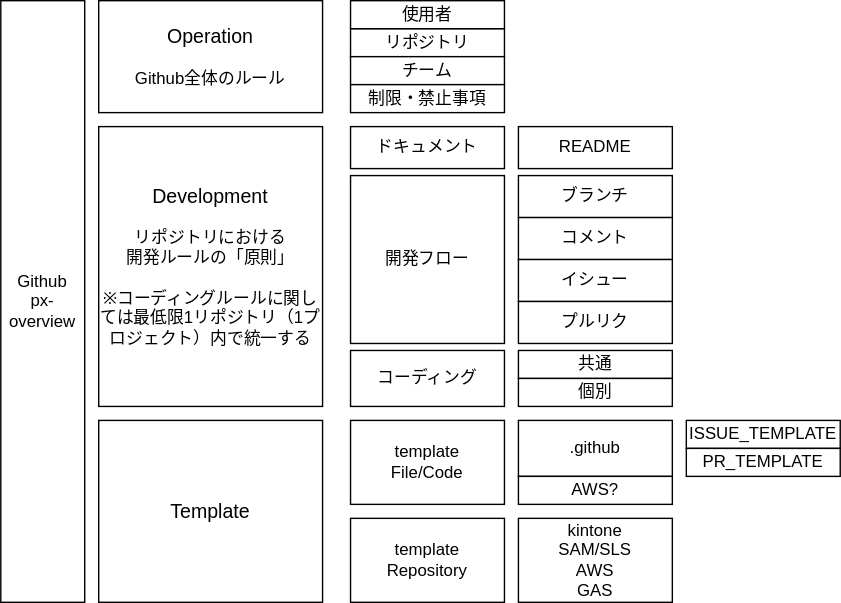
Above: docs/px-overview.drawio.svg in prime-x-co-ltd/px-overview (draw.io), before the change. Source tidied: cells renumbered, new cells last; positions are measured from the earlier drawing's top-left corner, leaving out a move shared by most shapes.
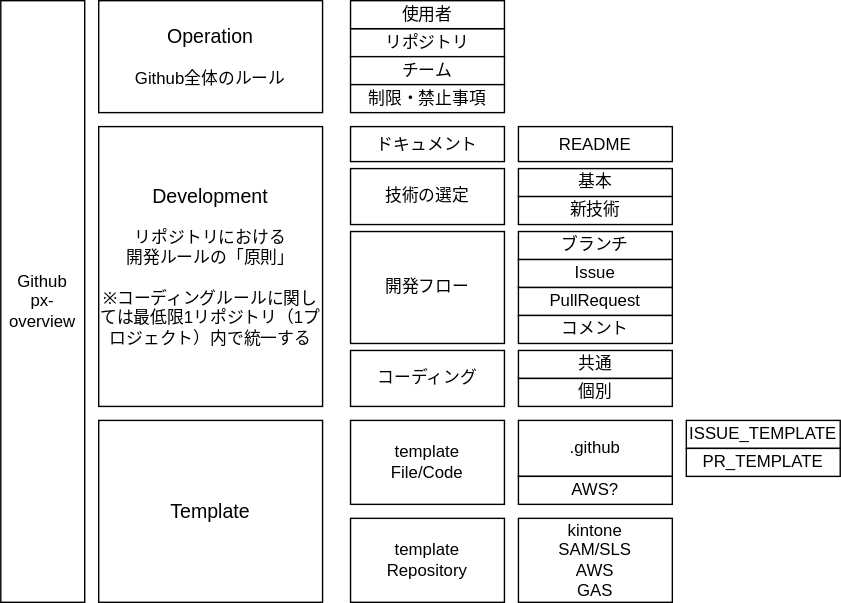
Above is the later version.

The edit, as a diff of the source:
```diff
@@ -17,26 +17,11 @@
     <mxCell id="6" value="&lt;span style=&quot;font-size: 14px&quot;&gt;Development&lt;/span&gt;&lt;br&gt;&lt;br&gt;リポジトリにおける&lt;br&gt;開発ルールの「原則」&lt;br&gt;&lt;br&gt;※コーディングルールに関しては最低限1リポジトリ（1プロジェクト）内で統一する" style="rounded=1;whiteSpace=wrap;html=1;arcSize=0;" parent="1" vertex="1">
       <mxGeometry x="70" y="90" width="160" height="200" as="geometry" />
     </mxCell>
-    <mxCell id="7" value="ドキュメント" style="rounded=1;whiteSpace=wrap;html=1;arcSize=0;" parent="1" vertex="1">
-      <mxGeometry x="250" y="90" width="110" height="30" as="geometry" />
-    </mxCell>
     <mxCell id="8" value="ブランチ" style="rounded=1;whiteSpace=wrap;html=1;arcSize=0;" parent="1" vertex="1">
-      <mxGeometry x="370" y="125" width="110" height="30" as="geometry" />
+      <mxGeometry x="370" y="165" width="110" height="20" as="geometry" />
     </mxCell>
-    <mxCell id="9" value="コメント" style="rounded=1;whiteSpace=wrap;html=1;arcSize=0;" parent="1" vertex="1">
-      <mxGeometry x="370" y="155" width="110" height="30" as="geometry" />
-    </mxCell>
-    <mxCell id="10" value="イシュー" style="rounded=1;whiteSpace=wrap;html=1;arcSize=0;" parent="1" vertex="1">
-      <mxGeometry x="370" y="185" width="110" height="30" as="geometry" />
-    </mxCell>
-    <mxCell id="11" value="プルリク" style="rounded=1;whiteSpace=wrap;html=1;arcSize=0;" parent="1" vertex="1">
-      <mxGeometry x="370" y="215" width="110" height="30" as="geometry" />
-    </mxCell>
-    <mxCell id="12" value="README" style="rounded=1;whiteSpace=wrap;html=1;arcSize=0;" parent="1" vertex="1">
-      <mxGeometry x="370" y="90" width="110" height="30" as="geometry" />
-    </mxCell>
     <mxCell id="13" value="開発フロー" style="rounded=1;whiteSpace=wrap;html=1;arcSize=0;" parent="1" vertex="1">
-      <mxGeometry x="250" y="125" width="110" height="120" as="geometry" />
+      <mxGeometry x="250" y="165" width="110" height="80" as="geometry" />
     </mxCell>
     <mxCell id="14" value="コーディング" style="rounded=1;whiteSpace=wrap;html=1;arcSize=0;" parent="1" vertex="1">
       <mxGeometry x="250" y="250" width="110" height="40" as="geometry" />
@@ -77,5 +62,29 @@
     <mxCell id="26" value="AWS?" style="rounded=1;whiteSpace=wrap;html=1;arcSize=0;" parent="1" vertex="1">
       <mxGeometry x="370" y="340" width="110" height="20" as="geometry" />
     </mxCell>
+    <mxCell id="7" value="ドキュメント" style="rounded=1;whiteSpace=wrap;html=1;arcSize=0;" parent="1" vertex="1">
+      <mxGeometry x="250" y="90" width="110" height="25" as="geometry" />
+    </mxCell>
+    <mxCell id="12" value="README" style="rounded=1;whiteSpace=wrap;html=1;arcSize=0;" parent="1" vertex="1">
+      <mxGeometry x="370" y="90" width="110" height="25" as="geometry" />
+    </mxCell>
+    <mxCell id="27" value="技術の選定" style="rounded=1;whiteSpace=wrap;html=1;arcSize=0;" parent="1" vertex="1">
+      <mxGeometry x="250" y="120" width="110" height="40" as="geometry" />
+    </mxCell>
+    <mxCell id="28" value="Issue" style="rounded=1;whiteSpace=wrap;html=1;arcSize=0;" parent="1" vertex="1">
+      <mxGeometry x="370" y="185" width="110" height="20" as="geometry" />
+    </mxCell>
+    <mxCell id="29" value="PullRequest" style="rounded=1;whiteSpace=wrap;html=1;arcSize=0;" parent="1" vertex="1">
+      <mxGeometry x="370" y="205" width="110" height="20" as="geometry" />
+    </mxCell>
+    <mxCell id="9" value="コメント" style="rounded=1;whiteSpace=wrap;html=1;arcSize=0;" parent="1" vertex="1">
+      <mxGeometry x="370" y="225" width="110" height="20" as="geometry" />
+    </mxCell>
+    <mxCell id="30" value="基本" style="rounded=1;whiteSpace=wrap;html=1;arcSize=0;" parent="1" vertex="1">
+      <mxGeometry x="370" y="120" width="110" height="20" as="geometry" />
+    </mxCell>
+    <mxCell id="31" value="新技術" style="rounded=1;whiteSpace=wrap;html=1;arcSize=0;" parent="1" vertex="1">
+      <mxGeometry x="370" y="140" width="110" height="20" as="geometry" />
+    </mxCell>
   </root>
 </mxGraphModel>
```
